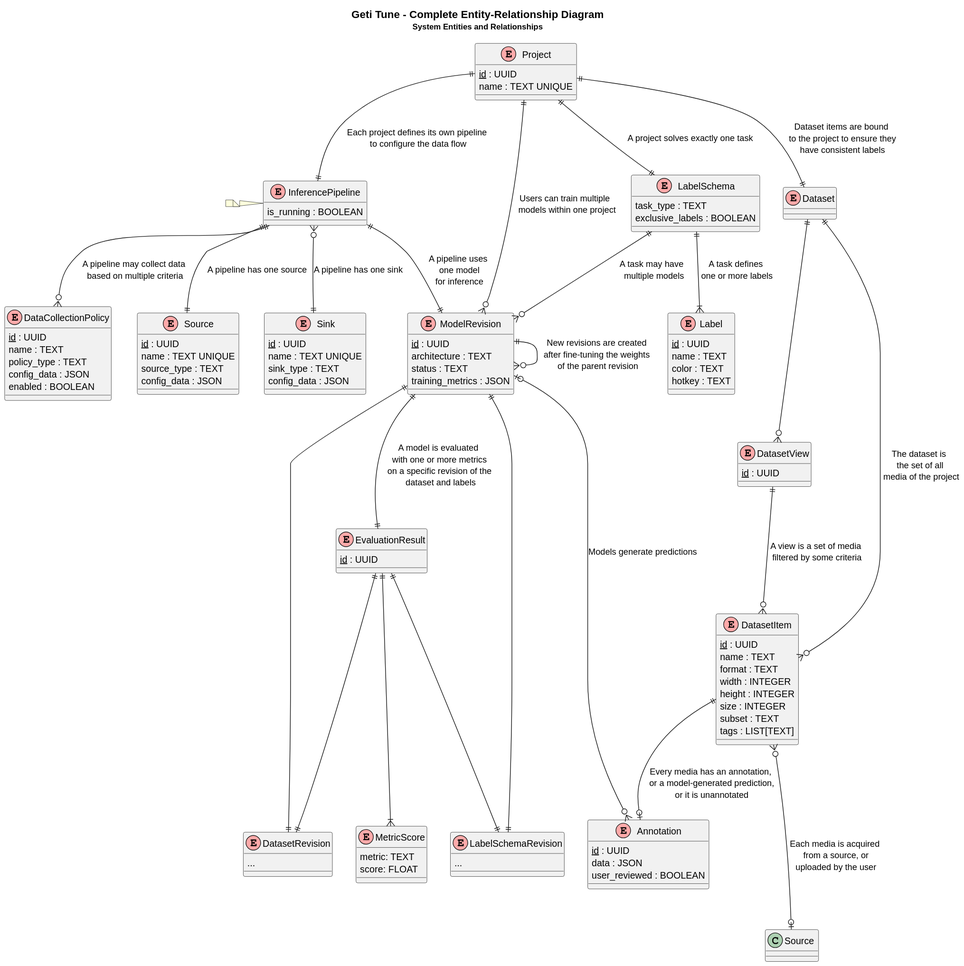
Earlier version of the PlantUML export application/docs/media/er/full.svg (Unity-Billal-mesloub/training_extensions.). The source it was exported from:
```plantuml
@startuml
!define entity(x) class x << (E,#FFAAAA) >>
!define pk(x) <u>x</u>

title
<size:16><b>Geti Tune - Complete Entity-Relationship Diagram</b></size>
<size:12>System Entities and Relationships</size>
end title


entity(Project) {
  pk(id) : UUID
  name : TEXT UNIQUE
}

entity(LabelSchema) {
  task_type : TEXT
  exclusive_labels : BOOLEAN
}

entity(LabelSchemaRevision) {
  ...
}

entity(Label) {
  pk(id) : UUID
  name : TEXT
  color : TEXT
  hotkey : TEXT
}

entity(InferencePipeline) {
  is_running : BOOLEAN
}

entity(Source) {
  pk(id) : UUID
  name : TEXT UNIQUE
  source_type : TEXT
  config_data : JSON
}

entity(Sink) {
  pk(id) : UUID
  name : TEXT UNIQUE
  sink_type : TEXT
  config_data : JSON
}

entity(DataCollectionPolicy) {
  pk(id) : UUID
  name : TEXT
  policy_type : TEXT
  config_data : JSON
  enabled : BOOLEAN
}

entity(Dataset) {}

entity(DatasetView) {
  pk(id) : UUID
}

entity(DatasetRevision) {
  ...
}

entity(DatasetItem) {
  pk(id) : UUID
  name : TEXT
  format : TEXT
  width : INTEGER
  height : INTEGER
  size : INTEGER
  subset : TEXT
  tags : LIST[TEXT]
}

entity(Annotation) {
  pk(id) : UUID
  data : JSON
  user_reviewed : BOOLEAN
}

entity(ModelRevision) {
  pk(id) : UUID
  architecture : TEXT
  status : TEXT
  training_metrics : JSON
}

entity(EvaluationResult) {
  pk(id) : UUID
}

entity(MetricScore) {
  metric: TEXT
  score: FLOAT
}

Project ||--|| LabelSchema : "A project solves exactly one task"
Project ||--|| InferencePipeline : "Each project defines its own pipeline \nto configure the data flow"
Project ||--|| Dataset : "Dataset items are bound\n to the project to ensure they\n have consistent labels"
Project ||--o{ ModelRevision : "Users can train multiple \n models within one project"

LabelSchema ||--|{ Label : "A task defines\n one or more labels"
LabelSchema ||--o{ ModelRevision : "A task may have \n multiple models"

InferencePipeline ||--|| Source : "A pipeline has one source"
InferencePipeline }o--|| Sink : "A pipeline has one sink"
InferencePipeline ||--o{ DataCollectionPolicy : "A pipeline may collect data\n based on multiple criteria"
InferencePipeline ||--|| ModelRevision : "A pipeline uses\n one model\n for inference"

Dataset ||---o{ DatasetItem: "The dataset is \n the set of all \n media of the project"
Dataset ||---o{ DatasetView
DatasetItem ||--o| Annotation : "Every media has an annotation,\n or a model-generated prediction,\n or it is unannotated"
DatasetItem }o---o| "Source " : "Each media is acquired\n from a source, or\n uploaded by the user"
DatasetView ||---o{ DatasetItem: "A view is a set of media\n filtered by some criteria"

ModelRevision ||---o{ ModelRevision : "New revisions are created\n after fine-tuning the weights \n of the parent revision"
ModelRevision |o---o{ Annotation : "Models generate predictions"
ModelRevision ||---|| LabelSchemaRevision
ModelRevision ||---|| DatasetRevision
ModelRevision ||---|| EvaluationResult : "A model is evaluated \n with one or more metrics \n on a specific revision of the \n dataset and labels"
EvaluationResult ||---|| LabelSchemaRevision
EvaluationResult ||---|| DatasetRevision
EvaluationResult ||---|{ MetricScore

note left of InferencePipeline
end note
@enduml
```
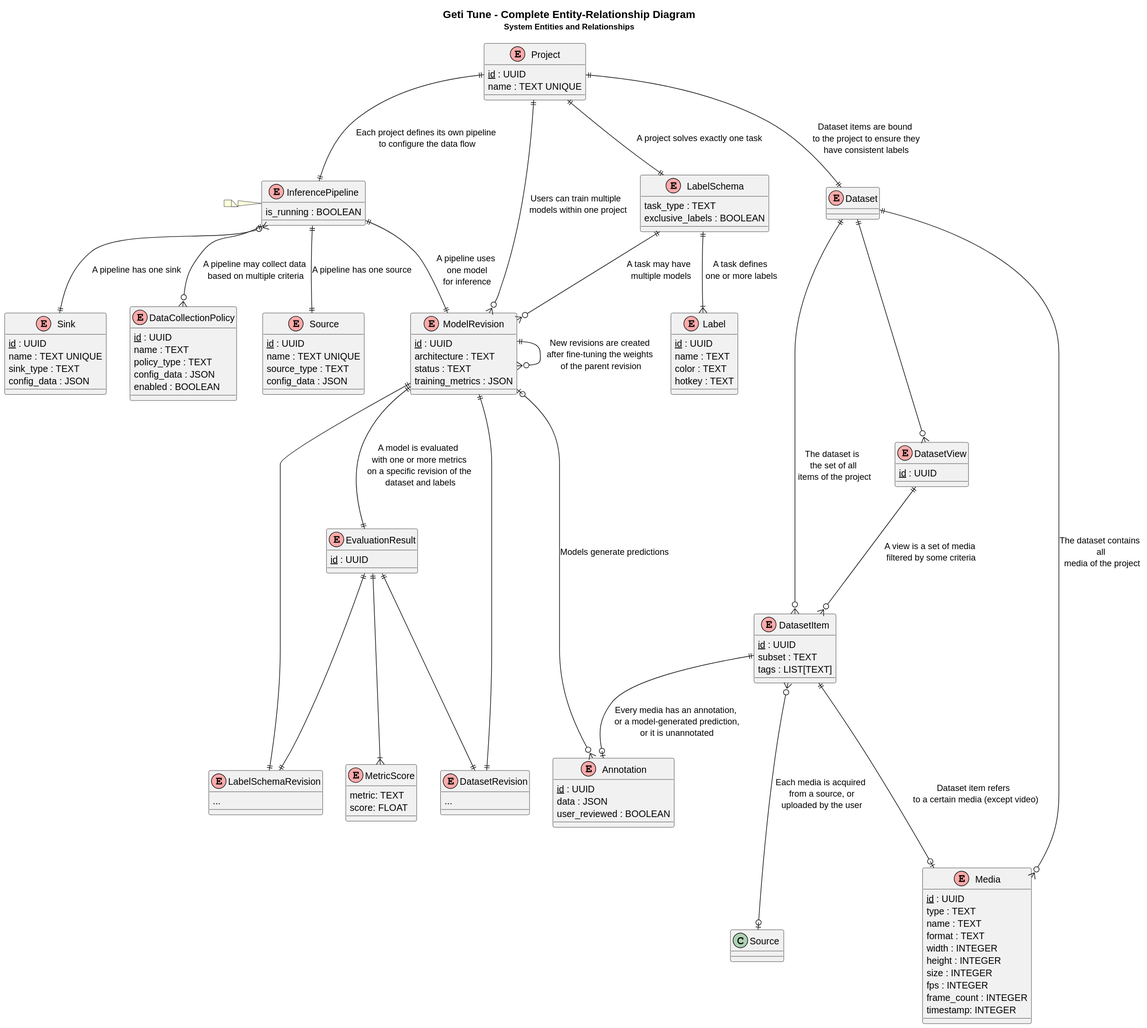
After the change.

Commit message:
Video upload design (#5224)

What changed in the source:
```diff
@@ -65,13 +65,21 @@
   ...
 }
 
-entity(DatasetItem) {
+entity(Media) {
   pk(id) : UUID
+  type : TEXT
   name : TEXT
   format : TEXT
   width : INTEGER
   height : INTEGER
   size : INTEGER
+  fps : INTEGER
+  frame_count : INTEGER
+  timestamp: INTEGER
+}
+
+entity(DatasetItem) {
+  pk(id) : UUID
   subset : TEXT
   tags : LIST[TEXT]
 }
@@ -111,10 +119,12 @@
 InferencePipeline ||--o{ DataCollectionPolicy : "A pipeline may collect data\n based on multiple criteria"
 InferencePipeline ||--|| ModelRevision : "A pipeline uses\n one model\n for inference"
 
-Dataset ||---o{ DatasetItem: "The dataset is \n the set of all \n media of the project"
+Dataset ||---o{ DatasetItem: "The dataset is \n the set of all \n items of the project"
+Dataset ||---o{ Media: "The dataset contains \n all \n media of the project"
 Dataset ||---o{ DatasetView
 DatasetItem ||--o| Annotation : "Every media has an annotation,\n or a model-generated prediction,\n or it is unannotated"
 DatasetItem }o---o| "Source " : "Each media is acquired\n from a source, or\n uploaded by the user"
+DatasetItem ||---o| "Media" : "Dataset item refers \n to a certain media (except video)"
 DatasetView ||---o{ DatasetItem: "A view is a set of media\n filtered by some criteria"
 
 ModelRevision ||---o{ ModelRevision : "New revisions are created\n after fine-tuning the weights \n of the parent revision"
```
